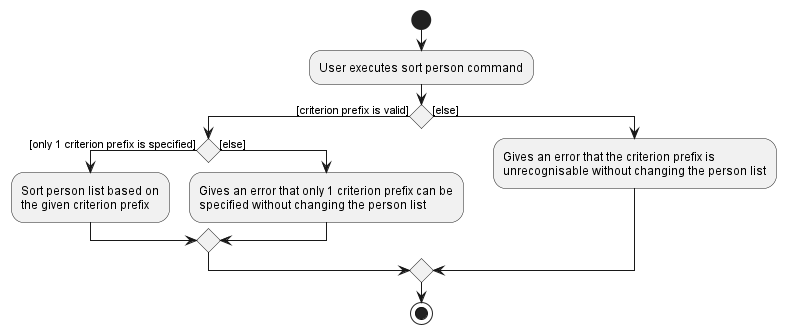
nus-cs2103-AY2223S1/tp keeps this PlantUML diagram as docs/images/SortPersonActivity.png. Above is the earlier version. Its diagram source:
```plantuml
@startuml
start
:User executes sort person command;


if () then ([criterion prefix is valid])
    if() then ([only 1 criterion prefix is specified])
    :Sort person list based on
    the given criterion prefix;
    else ([else])
    :Gives an error that only 1 criterion prefix can be
    specified without changing the person list;
    endif
else ([else])
    :Gives an error that the criterion prefix is
    unrecognisable without changing the person list;
endif
stop
@enduml
```
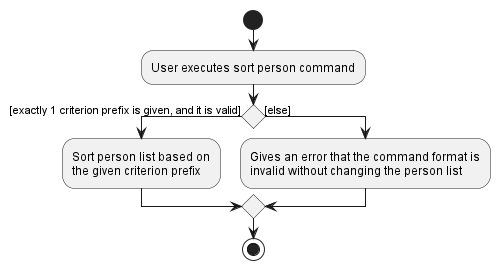
After the commit.

Commit message:
Fix sort person command error logic

Diff of the diagram source:
```diff
@@ -3,17 +3,12 @@
 :User executes sort person command;
 
 
-if () then ([criterion prefix is valid])
-    if() then ([only 1 criterion prefix is specified])
+if () then ([exactly 1 criterion prefix is given, and it is valid])
     :Sort person list based on
     the given criterion prefix;
-    else ([else])
-    :Gives an error that only 1 criterion prefix can be
-    specified without changing the person list;
-    endif
 else ([else])
-    :Gives an error that the criterion prefix is
-    unrecognisable without changing the person list;
+    :Gives an error that the command format is
+    invalid without changing the person list;
 endif
 stop
 @enduml
```
